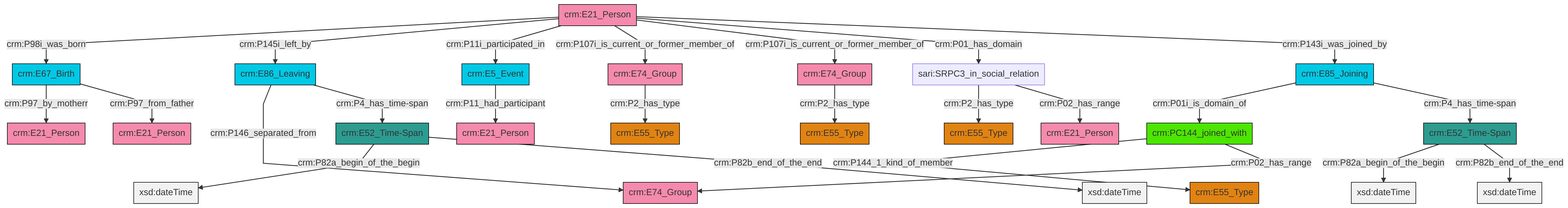
Above: et/personCSV/ttl/mmd/png/Person_Actor_Relations.png in swiss-art-research-net/reference-data-models (Mermaid), before the change. Its source is kept beside it as et/personCSV/ttl/mmd/Person_Actor_Relations.ttl.mmd.
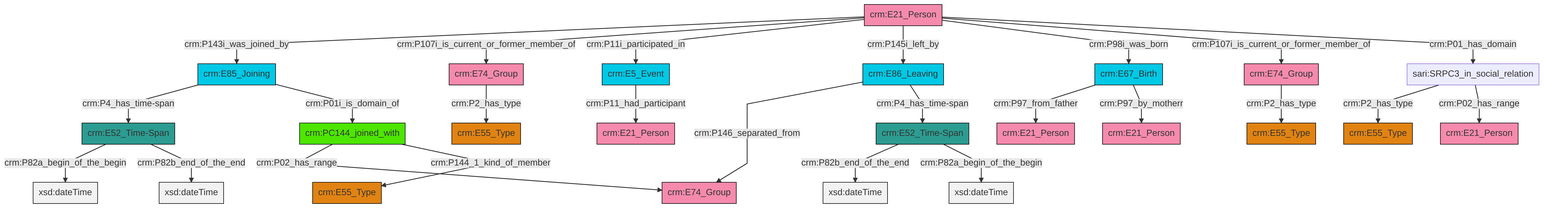
Later version of the same file.

What changed in the source:
```diff
@@ -13,27 +13,27 @@
 classDef PC_Classes fill:#4ce600, stroke:#000000;
 classDef Multi fill:#cccccc,stroke:#000000;
 
-4["crm:E67_Birth"]:::Temporal_Entity -->|crm:P97_by_motherr| 5["crm:E21_Person"]:::Actor
-6["crm:E21_Person"]:::Actor -->|crm:P98i_was_born| 4["crm:E67_Birth"]:::Temporal_Entity
-11["crm:PC144_joined_with"]:::PC_Classes -->|crm:P144_1_kind_of_member| 0["crm:E55_Type"]:::Type
-6["crm:E21_Person"]:::Actor -->|crm:P145i_left_by| 12["crm:E86_Leaving"]:::Temporal_Entity
-6["crm:E21_Person"]:::Actor -->|crm:P11i_participated_in| 17["crm:E5_Event"]:::Temporal_Entity
-6["crm:E21_Person"]:::Actor -->|crm:P107i_is_current_or_former_member_of| 19["crm:E74_Group"]:::Actor
-6["crm:E21_Person"]:::Actor -->|crm:P107i_is_current_or_former_member_of| 21["crm:E74_Group"]:::Actor
-22["crm:E52_Time-Span"]:::Time-Span -->|crm:P82a_begin_of_the_begin| 23[xsd:dateTime]:::Literal
-11["crm:PC144_joined_with"]:::PC_Classes -->|crm:P02_has_range| 9["crm:E74_Group"]:::Actor
-17["crm:E5_Event"]:::Temporal_Entity -->|crm:P11_had_participant| 24["crm:E21_Person"]:::Actor
-12["crm:E86_Leaving"]:::Temporal_Entity -->|crm:P146_separated_from| 9["crm:E74_Group"]:::Actor
-26["crm:E52_Time-Span"]:::Time-Span -->|crm:P82a_begin_of_the_begin| 27[xsd:dateTime]:::Literal
-19["crm:E74_Group"]:::Actor -->|crm:P2_has_type| 30["crm:E55_Type"]:::Type
-13["sari:SRPC3_in_social_relation"]:::Default -->|crm:P2_has_type| 2["crm:E55_Type"]:::Type
-6["crm:E21_Person"]:::Actor -->|crm:P01_has_domain| 13["sari:SRPC3_in_social_relation"]:::Default
-4["crm:E67_Birth"]:::Temporal_Entity -->|crm:P97_from_father| 28["crm:E21_Person"]:::Actor
-13["sari:SRPC3_in_social_relation"]:::Default -->|crm:P02_has_range| 33["crm:E21_Person"]:::Actor
-38["crm:E85_Joining"]:::Temporal_Entity -->|crm:P01i_is_domain_of| 11["crm:PC144_joined_with"]:::PC_Classes
-22["crm:E52_Time-Span"]:::Time-Span -->|crm:P82b_end_of_the_end| 39[xsd:dateTime]:::Literal
-38["crm:E85_Joining"]:::Temporal_Entity -->|crm:P4_has_time-span| 22["crm:E52_Time-Span"]:::Time-Span
-12["crm:E86_Leaving"]:::Temporal_Entity -->|crm:P4_has_time-span| 26["crm:E52_Time-Span"]:::Time-Span
-26["crm:E52_Time-Span"]:::Time-Span -->|crm:P82b_end_of_the_end| 43[xsd:dateTime]:::Literal
-21["crm:E74_Group"]:::Actor -->|crm:P2_has_type| 7["crm:E55_Type"]:::Type
-6["crm:E21_Person"]:::Actor -->|crm:P143i_was_joined_by| 38["crm:E85_Joining"]:::Temporal_Entity
+0["crm:E74_Group"]:::Actor -->|crm:P2_has_type| 1["crm:E55_Type"]:::Type
+2["crm:E85_Joining"]:::Temporal_Entity -->|crm:P4_has_time-span| 3["crm:E52_Time-Span"]:::Time-Span
+2["crm:E85_Joining"]:::Temporal_Entity -->|crm:P01i_is_domain_of| 4["crm:PC144_joined_with"]:::PC_Classes
+8["sari:SRPC3_in_social_relation"]:::Default -->|crm:P2_has_type| 9["crm:E55_Type"]:::Type
+10["crm:E21_Person"]:::Actor -->|crm:P143i_was_joined_by| 2["crm:E85_Joining"]:::Temporal_Entity
+11["crm:E52_Time-Span"]:::Time-Span -->|crm:P82b_end_of_the_end| 12[xsd:dateTime]:::Literal
+10["crm:E21_Person"]:::Actor -->|crm:P107i_is_current_or_former_member_of| 14["crm:E74_Group"]:::Actor
+22["crm:E86_Leaving"]:::Temporal_Entity -->|crm:P146_separated_from| 18["crm:E74_Group"]:::Actor
+4["crm:PC144_joined_with"]:::PC_Classes -->|crm:P02_has_range| 18["crm:E74_Group"]:::Actor
+25["crm:E5_Event"]:::Temporal_Entity -->|crm:P11_had_participant| 26["crm:E21_Person"]:::Actor
+28["crm:E67_Birth"]:::Temporal_Entity -->|crm:P97_from_father| 29["crm:E21_Person"]:::Actor
+3["crm:E52_Time-Span"]:::Time-Span -->|crm:P82a_begin_of_the_begin| 31[xsd:dateTime]:::Literal
+10["crm:E21_Person"]:::Actor -->|crm:P11i_participated_in| 25["crm:E5_Event"]:::Temporal_Entity
+4["crm:PC144_joined_with"]:::PC_Classes -->|crm:P144_1_kind_of_member| 15["crm:E55_Type"]:::Type
+8["sari:SRPC3_in_social_relation"]:::Default -->|crm:P02_has_range| 20["crm:E21_Person"]:::Actor
+3["crm:E52_Time-Span"]:::Time-Span -->|crm:P82b_end_of_the_end| 34[xsd:dateTime]:::Literal
+10["crm:E21_Person"]:::Actor -->|crm:P145i_left_by| 22["crm:E86_Leaving"]:::Temporal_Entity
+14["crm:E74_Group"]:::Actor -->|crm:P2_has_type| 5["crm:E55_Type"]:::Type
+10["crm:E21_Person"]:::Actor -->|crm:P98i_was_born| 28["crm:E67_Birth"]:::Temporal_Entity
+22["crm:E86_Leaving"]:::Temporal_Entity -->|crm:P4_has_time-span| 11["crm:E52_Time-Span"]:::Time-Span
+10["crm:E21_Person"]:::Actor -->|crm:P107i_is_current_or_former_member_of| 0["crm:E74_Group"]:::Actor
+28["crm:E67_Birth"]:::Temporal_Entity -->|crm:P97_by_motherr| 23["crm:E21_Person"]:::Actor
+10["crm:E21_Person"]:::Actor -->|crm:P01_has_domain| 8["sari:SRPC3_in_social_relation"]:::Default
+11["crm:E52_Time-Span"]:::Time-Span -->|crm:P82a_begin_of_the_begin| 46[xsd:dateTime]:::Literal
```
